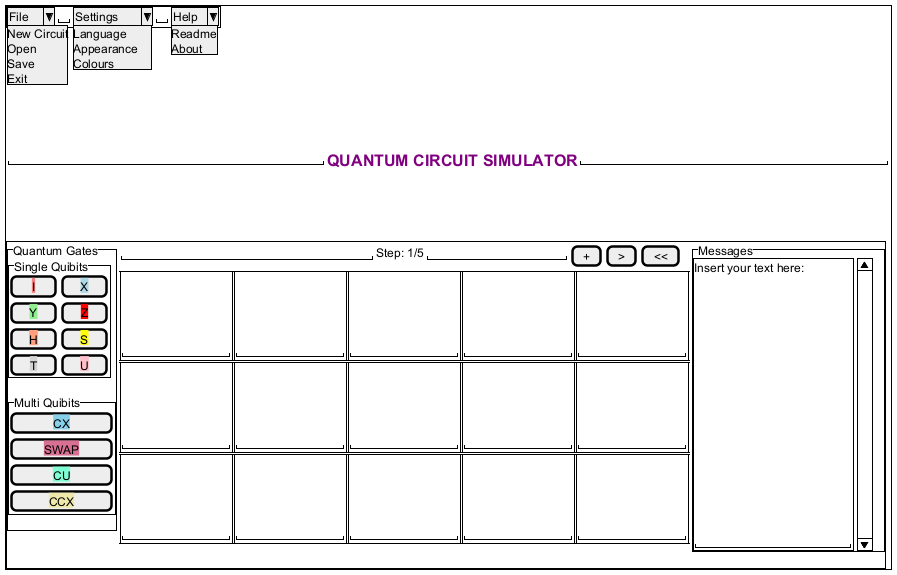
Before: A1_Reaney_Lainez.png, a diagram exported from PlantUML (lain0053/CST8221).
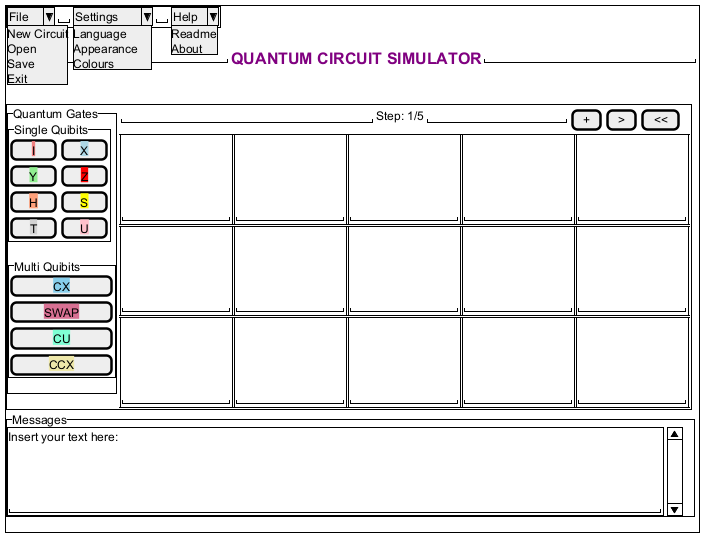
Above is the later version.

Change to the diagram source:
```diff
@@ -7,15 +7,7 @@
 }
 {
 .
-.
-.
-.
-.
-.
-.
-"                                       "|==<color:purple>QUANTUM CIRCUIT SIMULATOR|"                                      "
-.
-.
+"                           "|==<color:purple>QUANTUM CIRCUIT SIMULATOR|"                          "
 .
 .
 }
@@ -149,27 +141,15 @@
           "             "
         }
       }
-    }|
-    {^"Messages"
-        {SI
-        Insert your text here:
-        .
-        .
-        .
-        .
-        .
-        .
-        .
-        .
-        .
-        .
-        .
-        .
-        .
-        .
-        .
-        "                   "
-        }
+    }
+}
+{^"Messages"
+    {SI
+    Insert your text here:
+    .
+    .
+    .
+    "                                                                                 "
     }
 }
 }
```
